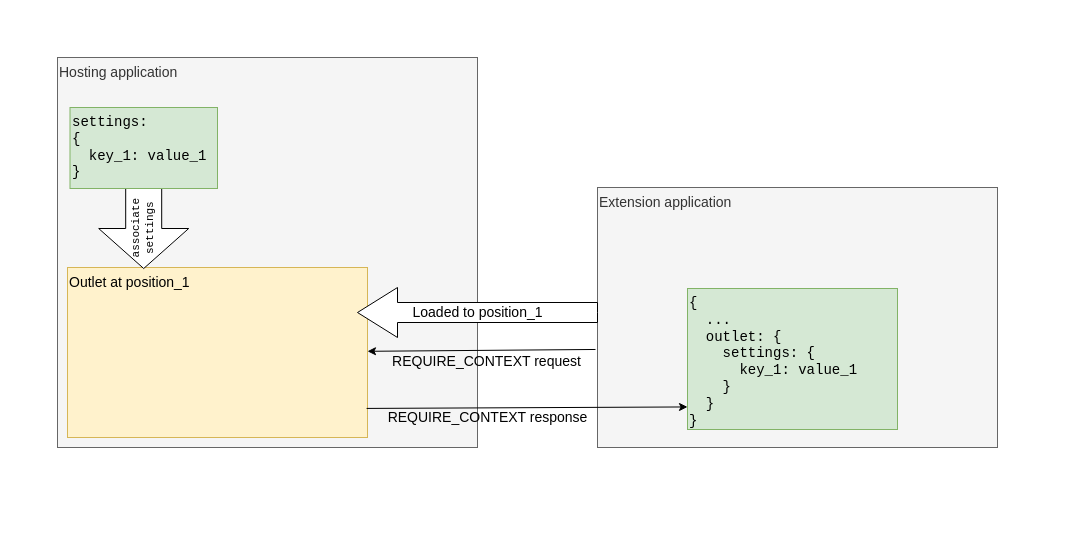
Before: outlets-settings.drawio in a-savka-sap/docs, a draw.io diagram. Source tidied: cells renumbered, new cells numbered last; positions are measured from the earlier drawing's top-left corner, leaving out a move shared by most shapes. Both pictures are drawn from the tidied source at 100%, with x=0, y=0 at pixel (57, 57).
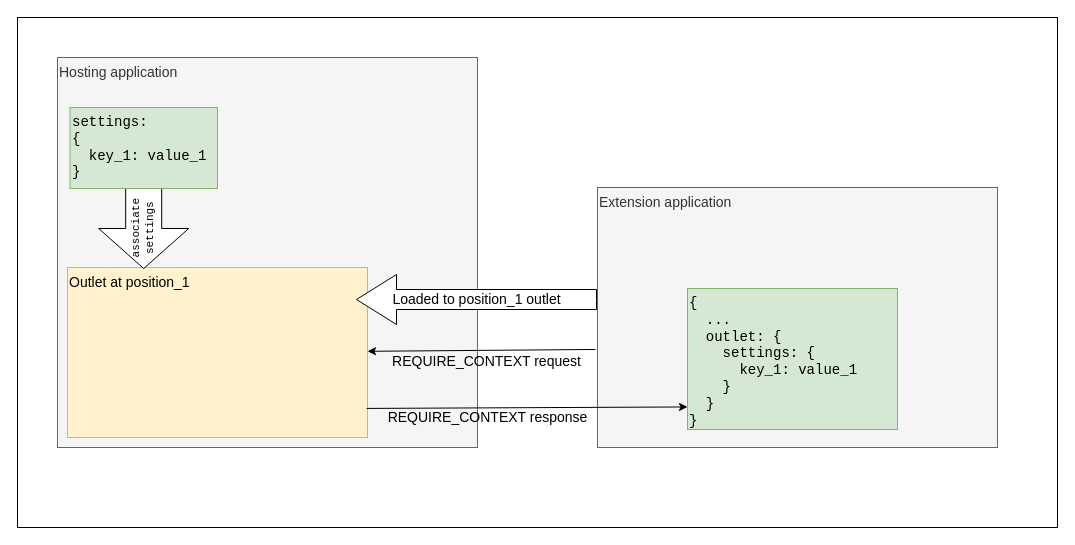
The same page after the edit.

Diff of the diagram source:
```diff
@@
 <mxGraphModel>
   <root>
     <mxCell id="0" />
     <mxCell id="1" parent="0" />
+    <mxCell id="15" style="rounded=0;whiteSpace=wrap;html=1;fontFamily=Helvetica;fontSize=14;" parent="1" vertex="1">
+      <mxGeometry x="-40" y="-40" width="1040" height="510" as="geometry" />
+    </mxCell>
     <mxCell id="2" value="&lt;div style=&quot;font-size: 14px;&quot;&gt;Hosting application&lt;br style=&quot;font-size: 14px;&quot;&gt;&lt;/div&gt;" style="rounded=0;whiteSpace=wrap;html=1;align=left;verticalAlign=top;fontSize=14;fillColor=#f5f5f5;fontColor=#333333;strokeColor=#666666;" parent="1" vertex="1">
       <mxGeometry width="420" height="390" as="geometry" />
     </mxCell>
     <mxCell id="3" value="&lt;div align=&quot;left&quot;&gt;Outlet at position_1&lt;br&gt;&lt;/div&gt;" style="rounded=0;whiteSpace=wrap;html=1;fontSize=14;align=left;verticalAlign=top;fillColor=#fff2cc;strokeColor=#d6b656;" parent="1" vertex="1">
       <mxGeometry x="10" y="210" width="300" height="170" as="geometry" />
     </mxCell>
     <mxCell id="4" value="&lt;div&gt;associate&lt;/div&gt;settings" style="html=1;shadow=0;dashed=0;align=center;verticalAlign=middle;shape=mxgraph.arrows2.arrow;dy=0.6;dx=40;direction=south;notch=0;fontSize=11;horizontal=0;fontFamily=Courier New;" parent="1" vertex="1">
       <mxGeometry x="41.2" y="131" width="90" height="80" as="geometry" />
     </mxCell>
     <mxCell id="5" value="settings:&lt;br&gt;&lt;div&gt;{&lt;/div&gt;&lt;div&gt;&amp;nbsp; key_1: value_1&lt;br&gt;&lt;/div&gt;&lt;div&gt;}&lt;/div&gt;" style="rounded=0;whiteSpace=wrap;html=1;fontSize=14;verticalAlign=top;align=left;fillColor=#d5e8d4;strokeColor=#82b366;fontFamily=Courier New;" parent="1" vertex="1">
       <mxGeometry x="12.5" y="50" width="147.5" height="81" as="geometry" />
     </mxCell>
     <mxCell id="6" value="Extension application" style="rounded=0;whiteSpace=wrap;html=1;fontFamily=Helvetica;fontSize=14;align=left;verticalAlign=top;fillColor=#f5f5f5;fontColor=#333333;strokeColor=#666666;" parent="1" vertex="1">
       <mxGeometry x="540" y="130" width="400" height="260" as="geometry" />
     </mxCell>
-    <mxCell id="7" value="Loaded to position_1" style="html=1;shadow=0;dashed=0;align=center;verticalAlign=middle;shape=mxgraph.arrows2.arrow;dy=0.6;dx=40;flipH=1;notch=0;fontFamily=Helvetica;fontSize=14;" parent="1" vertex="1">
-      <mxGeometry x="300" y="230" width="240" height="50" as="geometry" />
+    <mxCell id="7" value="Loaded to position_1 outlet" style="html=1;shadow=0;dashed=0;align=center;verticalAlign=middle;shape=mxgraph.arrows2.arrow;dy=0.6;dx=40;flipH=1;notch=0;fontFamily=Helvetica;fontSize=14;" parent="1" vertex="1">
+      <mxGeometry x="299" y="217" width="240" height="50" as="geometry" />
     </mxCell>
     <mxCell id="8" value="&lt;div&gt;{&lt;/div&gt;&lt;div&gt;&amp;nbsp; ...&lt;/div&gt;&lt;div&gt;&amp;nbsp; outlet: {&lt;/div&gt;&lt;div&gt;&amp;nbsp;&amp;nbsp;&amp;nbsp; settings: {&lt;br&gt;&lt;/div&gt;&lt;div&gt;&amp;nbsp; &amp;nbsp; &amp;nbsp; key_1: value_1&lt;br&gt;&lt;/div&gt;&lt;div&gt;&amp;nbsp;&amp;nbsp;&amp;nbsp; }&lt;/div&gt;&lt;div&gt;&amp;nbsp; }&lt;/div&gt;&lt;div&gt;}&lt;br&gt;&lt;/div&gt;" style="rounded=0;whiteSpace=wrap;html=1;fontSize=14;verticalAlign=top;align=left;fillColor=#d5e8d4;strokeColor=#82b366;fontFamily=Courier New;" parent="1" vertex="1">
       <mxGeometry x="630" y="231" width="210" height="141" as="geometry" />
     </mxCell>
     <mxCell id="9" style="group;" parent="1" vertex="1">
       <mxGeometry x="329" y="294" width="200" height="20" as="geometry" />
     </mxCell>
     <mxCell id="10" style="endArrow=classic;html=1;rounded=0;fontFamily=Helvetica;fontSize=14;exitX=-0.005;exitY=0.623;exitDx=0;exitDy=0;exitPerimeter=0;" parent="9" edge="1" source="6" target="3">
       <mxGeometry relative="1" as="geometry" />
     </mxCell>
     <mxCell id="11" value="REQUIRE_CONTEXT request" style="text;html=1;align=center;verticalAlign=middle;strokeColor=none;fillColor=none;fontSize=14;fontFamily=Helvetica;" parent="9" vertex="1">
       <mxGeometry width="200" height="20" as="geometry" />
     </mxCell>
     <mxCell id="12" style="group;" parent="1" vertex="1">
       <mxGeometry x="325" y="350" width="210" height="20" as="geometry" />
     </mxCell>
     <mxCell id="13" style="endArrow=classic;html=1;rounded=0;fontFamily=Helvetica;fontSize=14;exitX=0.997;exitY=0.829;exitDx=0;exitDy=0;exitPerimeter=0;entryX=0;entryY=0.84;entryDx=0;entryDy=0;entryPerimeter=0;" parent="12" edge="1" source="3" target="8">
       <mxGeometry relative="1" as="geometry" />
     </mxCell>
     <mxCell id="14" value="REQUIRE_CONTEXT response" style="text;html=1;align=center;verticalAlign=middle;strokeColor=none;fillColor=none;fontSize=14;fontFamily=Helvetica;" parent="12" vertex="1">
       <mxGeometry width="210" height="20" as="geometry" />
     </mxCell>
   </root>
 </mxGraphModel>
```
